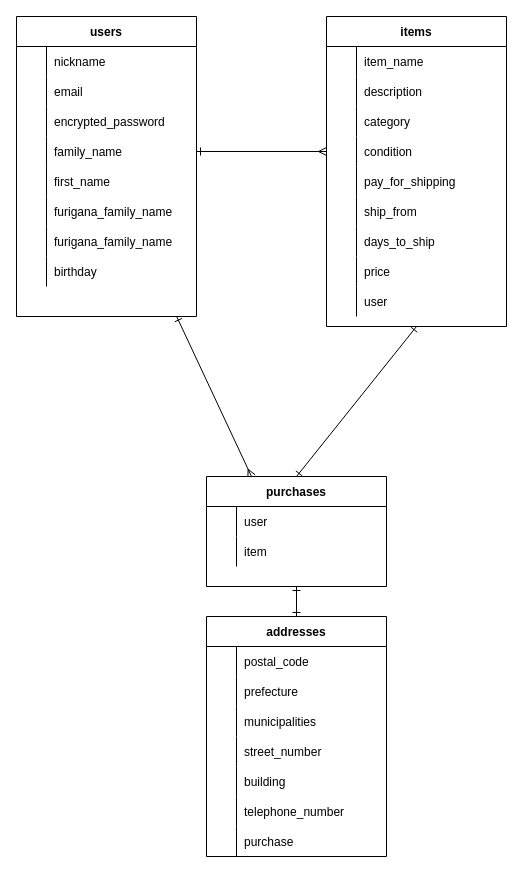
This is ER.dio from Emiri-Kakazu/2nd-furima-32894, a draw.io file, before an edit. Source tidied: cells renumbered, new cells numbered last; positions are measured from the earlier drawing's top-left corner, leaving out a move shared by most shapes. Both pictures are drawn from the tidied source at 100%, with x=0, y=0 at pixel (16, 16).
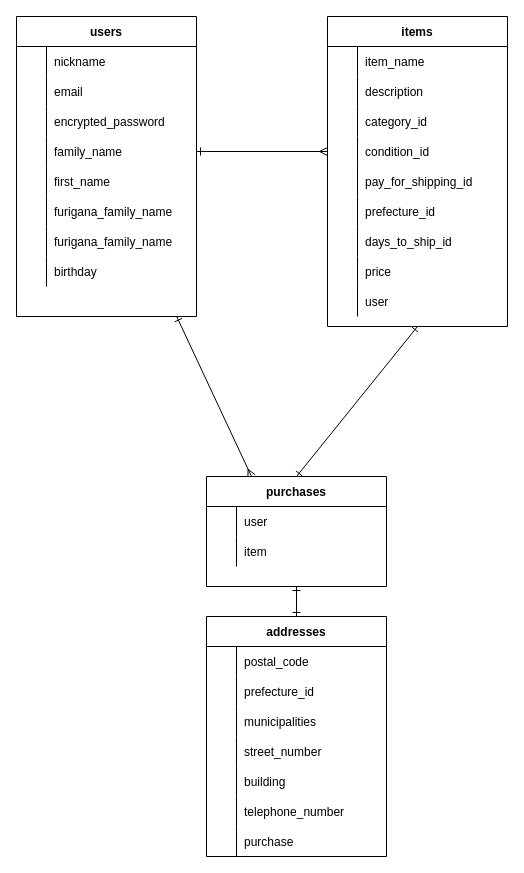
Above is the later version.

Commit message (it also covers changes not shown here):
database-design-4

The change refers to these unchanged cells:
```xml
<mxCell id="36" style="shape=partialRectangle;fillColor=none;top=0;left=0;bottom=0;right=0;" parent="29" vertex="1">
  <mxGeometry y="90" width="180" height="30" as="geometry" />
</mxCell>
<mxCell id="39" style="shape=partialRectangle;fillColor=none;top=0;left=0;bottom=0;right=0;points=[[0,0.5],[1,0.5]];portConstraint=eastwest;" parent="29" vertex="1">
  <mxGeometry y="120" width="180" height="30" as="geometry" />
</mxCell>
<mxCell id="42" style="shape=partialRectangle;fillColor=none;top=0;left=0;bottom=0;right=0;" parent="29" vertex="1">
  <mxGeometry y="150" width="180" height="30" as="geometry" />
</mxCell>
<mxCell id="45" style="shape=partialRectangle;fillColor=none;top=0;left=0;bottom=0;right=0;" parent="29" vertex="1">
  <mxGeometry y="180" width="180" height="30" as="geometry" />
</mxCell>
<mxCell id="48" style="shape=partialRectangle;fillColor=none;top=0;left=0;bottom=0;right=0;" parent="29" vertex="1">
  <mxGeometry y="210" width="180" height="30" as="geometry" />
</mxCell>
<mxCell id="61" style="shape=partialRectangle;fillColor=none;top=0;left=0;bottom=0;right=0;" parent="57" vertex="1">
  <mxGeometry y="60" width="180" height="30" as="geometry" />
</mxCell>
```

Diff of the diagram source:
```diff
@@
-    <mxCell id="29" value="items" style="shape=table;startSize=30;childLayout=tableLayout;rowLines=0;fontStyle=1;align=center;" parent="1" vertex="1">
-      <mxGeometry x="310" width="180" height="310" as="geometry" />
+    <mxCell id="29" value="items" style="shape=table;startSize=30;childLayout=tableLayout;rowLines=0;fontStyle=1;align=center;strokeColor=default;" parent="1" vertex="1">
+      <mxGeometry x="311" width="180" height="310" as="geometry" />
     </mxCell>
@@
-    <mxCell id="38" value="category" style="shape=partialRectangle;fillColor=none;top=0;left=0;bottom=0;right=0;align=left;spacingLeft=6;overflow=hidden;" parent="36" vertex="1">
+    <mxCell id="38" value="category_id" style="shape=partialRectangle;fillColor=none;top=0;left=0;bottom=0;right=0;align=left;spacingLeft=6;overflow=hidden;" parent="36" vertex="1">
       <mxGeometry x="30" width="150" height="30" as="geometry" />
     </mxCell>
@@
-    <mxCell id="41" value="condition" style="shape=partialRectangle;fillColor=none;top=0;left=0;bottom=0;right=0;align=left;spacingLeft=6;overflow=hidden;" parent="39" vertex="1">
+    <mxCell id="41" value="condition_id" style="shape=partialRectangle;fillColor=none;top=0;left=0;bottom=0;right=0;align=left;spacingLeft=6;overflow=hidden;" parent="39" vertex="1">
       <mxGeometry x="30" width="150" height="30" as="geometry" />
     </mxCell>
@@
-    <mxCell id="44" value="pay_for_shipping" style="shape=partialRectangle;fillColor=none;top=0;left=0;bottom=0;right=0;align=left;spacingLeft=6;overflow=hidden;" parent="42" vertex="1">
+    <mxCell id="44" value="pay_for_shipping_id" style="shape=partialRectangle;fillColor=none;top=0;left=0;bottom=0;right=0;align=left;spacingLeft=6;overflow=hidden;" parent="42" vertex="1">
       <mxGeometry x="30" width="150" height="30" as="geometry" />
     </mxCell>
@@
-    <mxCell id="47" value="ship_from" style="shape=partialRectangle;fillColor=none;top=0;left=0;bottom=0;right=0;align=left;spacingLeft=6;overflow=hidden;" parent="45" vertex="1">
+    <mxCell id="47" value="prefecture_id" style="shape=partialRectangle;fillColor=none;top=0;left=0;bottom=0;right=0;align=left;spacingLeft=6;overflow=hidden;" parent="45" vertex="1">
       <mxGeometry x="30" width="150" height="30" as="geometry" />
     </mxCell>
@@
-    <mxCell id="50" value="days_to_ship" style="shape=partialRectangle;fillColor=none;top=0;left=0;bottom=0;right=0;align=left;spacingLeft=6;overflow=hidden;" parent="48" vertex="1">
+    <mxCell id="50" value="days_to_ship_id" style="shape=partialRectangle;fillColor=none;top=0;left=0;bottom=0;right=0;align=left;spacingLeft=6;overflow=hidden;" parent="48" vertex="1">
       <mxGeometry x="30" width="150" height="30" as="geometry" />
     </mxCell>
@@
-    <mxCell id="63" value="prefecture" style="shape=partialRectangle;fillColor=none;top=0;left=0;bottom=0;right=0;align=left;spacingLeft=6;overflow=hidden;" parent="61" vertex="1">
+    <mxCell id="63" value="prefecture_id" style="shape=partialRectangle;fillColor=none;top=0;left=0;bottom=0;right=0;align=left;spacingLeft=6;overflow=hidden;" parent="61" vertex="1">
       <mxGeometry x="30" width="150" height="30" as="geometry" />
     </mxCell>
```
